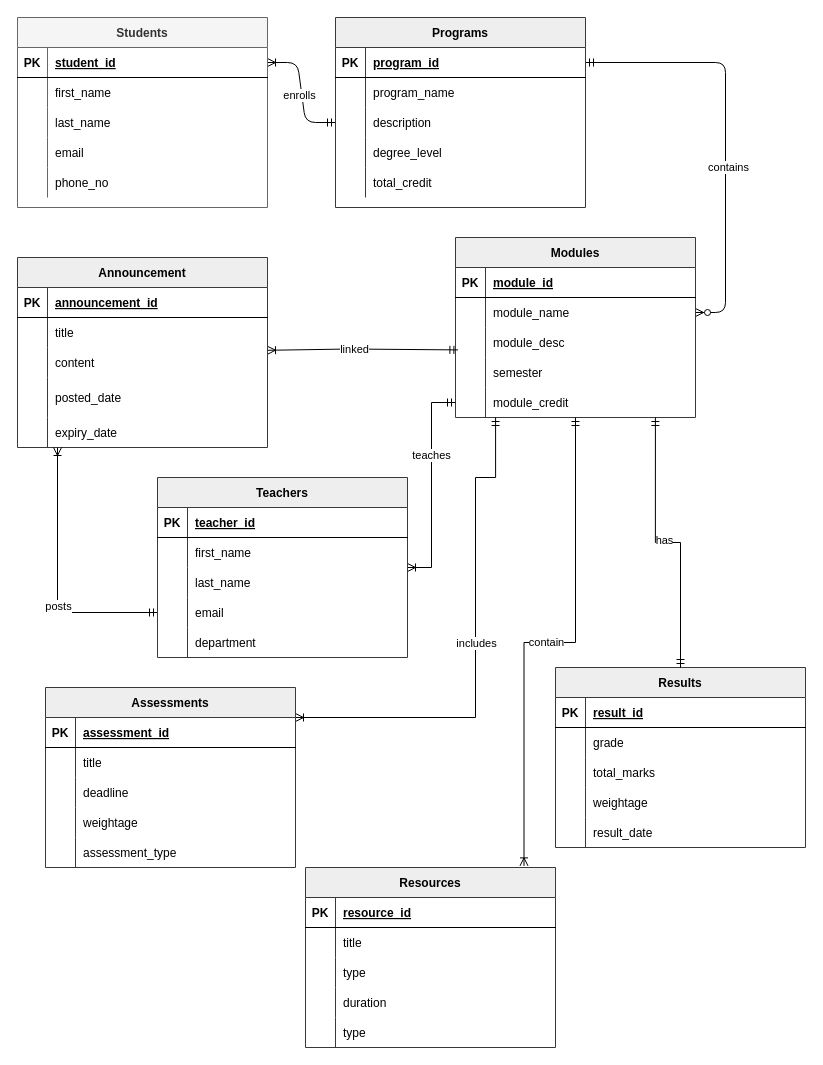
This is Database.drawio from pawal-karki/DRAW.IO, a draw.io file, before an edit. Source tidied: cells renumbered, new cells numbered last; positions are measured from the earlier drawing's top-left corner, leaving out a move shared by most shapes. Both pictures are drawn from the tidied source at 100%, with x=0, y=0 at pixel (17, 17).
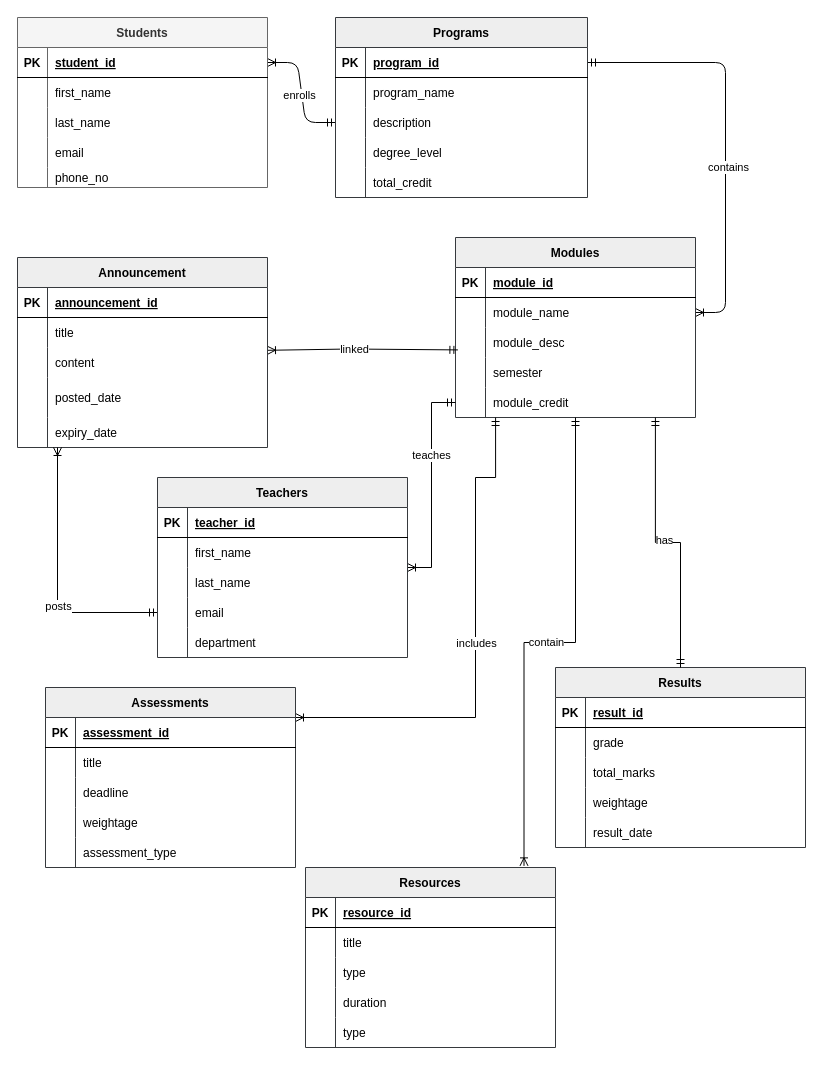
After the change.

The change refers to these unchanged cells:
```xml
<mxCell id="26" style="shape=partialRectangle;fillColor=none;points=[[0,0.5],[1,0.5]];portConstraint=eastwest;top=0;left=0;right=0;bottom=0;" parent="22" vertex="1">
  <mxGeometry y="60" width="240" height="30" as="geometry" />
</mxCell>
```

The edit, as a diff of the source:
```diff
@@
-    <mxCell id="4" style="edgeStyle=entityRelationEdgeStyle;endArrow=ERzeroToMany;startArrow=ERmandOne;endFill=1;startFill=0;" parent="1" edge="1" source="7" target="26">
+    <mxCell id="4" style="edgeStyle=entityRelationEdgeStyle;endArrow=ERoneToMany;startArrow=ERmandOne;endFill=0;startFill=0;" parent="1" edge="1" source="7" target="26">
       <mxGeometry relative="1" as="geometry" />
     </mxCell>
@@
     <mxCell id="6" value="Programs" style="shape=table;startSize=30;childLayout=tableLayout;rowLines=0;fontStyle=1;align=center;fillColor=#eeeeee;strokeColor=#36393d;" parent="1" vertex="1">
-      <mxGeometry x="318" width="250" height="190" as="geometry" />
+      <mxGeometry x="318" width="252" height="180" as="geometry" />
     </mxCell>
     <mxCell id="7" style="shape=partialRectangle;fillColor=none;points=[[0,0.5],[1,0.5]];portConstraint=eastwest;top=0;left=0;right=0;bottom=1;" parent="6" vertex="1">
-      <mxGeometry y="30" width="250" height="30" as="geometry" />
+      <mxGeometry y="30" width="252" height="30" as="geometry" />
     </mxCell>
@@
     <mxCell id="9" value="program_id" style="shape=partialRectangle;overflow=hidden;fillColor=none;top=0;left=0;bottom=0;right=0;align=left;spacingLeft=6;fontStyle=5;" parent="7" vertex="1">
-      <mxGeometry x="30" width="220" height="30" as="geometry" />
+      <mxGeometry x="30" width="222" height="30" as="geometry" />
     </mxCell>
     <mxCell id="10" style="shape=partialRectangle;fillColor=none;top=0;left=0;right=0;bottom=0;" parent="6" vertex="1">
-      <mxGeometry y="60" width="250" height="30" as="geometry" />
+      <mxGeometry y="60" width="252" height="30" as="geometry" />
     </mxCell>
@@
     <mxCell id="12" value="program_name" style="shape=partialRectangle;overflow=hidden;fillColor=none;top=0;left=0;bottom=0;right=0;align=left;spacingLeft=6;" parent="10" vertex="1">
-      <mxGeometry x="30" width="220" height="30" as="geometry" />
+      <mxGeometry x="30" width="222" height="30" as="geometry" />
     </mxCell>
     <mxCell id="13" style="shape=partialRectangle;fillColor=none;points=[[0,0.5],[1,0.5]];portConstraint=eastwest;top=0;left=0;right=0;bottom=0;" parent="6" vertex="1">
-      <mxGeometry y="90" width="250" height="30" as="geometry" />
+      <mxGeometry y="90" width="252" height="30" as="geometry" />
     </mxCell>
@@
     <mxCell id="15" value="description" style="shape=partialRectangle;overflow=hidden;fillColor=none;top=0;left=0;bottom=0;right=0;align=left;spacingLeft=6;" parent="13" vertex="1">
-      <mxGeometry x="30" width="220" height="30" as="geometry" />
+      <mxGeometry x="30" width="222" height="30" as="geometry" />
     </mxCell>
     <mxCell id="16" style="shape=partialRectangle;fillColor=none;top=0;left=0;right=0;bottom=0;" parent="6" vertex="1">
-      <mxGeometry y="120" width="250" height="30" as="geometry" />
+      <mxGeometry y="120" width="252" height="30" as="geometry" />
     </mxCell>
@@
     <mxCell id="18" value="degree_level" style="shape=partialRectangle;overflow=hidden;fillColor=none;top=0;left=0;bottom=0;right=0;align=left;spacingLeft=6;" parent="16" vertex="1">
-      <mxGeometry x="30" width="220" height="30" as="geometry" />
+      <mxGeometry x="30" width="222" height="30" as="geometry" />
     </mxCell>
     <mxCell id="19" style="shape=partialRectangle;fillColor=none;top=0;left=0;right=0;bottom=0;" parent="6" vertex="1">
-      <mxGeometry y="150" width="250" height="30" as="geometry" />
+      <mxGeometry y="150" width="252" height="30" as="geometry" />
     </mxCell>
@@
     <mxCell id="21" value="total_credit" style="shape=partialRectangle;overflow=hidden;fillColor=none;top=0;left=0;bottom=0;right=0;align=left;spacingLeft=6;" parent="19" vertex="1">
-      <mxGeometry x="30" width="220" height="30" as="geometry" />
+      <mxGeometry x="30" width="222" height="30" as="geometry" />
     </mxCell>
@@
     <mxCell id="38" value="Students" style="shape=table;startSize=30;childLayout=tableLayout;rowLines=0;fontStyle=1;align=center;fillColor=#f5f5f5;fontColor=#333333;strokeColor=#666666;" parent="1" vertex="1">
-      <mxGeometry width="250" height="190" as="geometry" />
+      <mxGeometry width="250" height="170" as="geometry" />
     </mxCell>
@@
     <mxCell id="51" style="shape=partialRectangle;fillColor=none;top=0;left=0;right=0;bottom=0;" parent="38" vertex="1">
-      <mxGeometry y="150" width="250" height="30" as="geometry" />
+      <mxGeometry y="150" width="250" height="20" as="geometry" />
     </mxCell>
     <mxCell id="52" style="shape=partialRectangle;overflow=hidden;fillColor=none;top=0;left=0;bottom=0;right=0;" parent="51" vertex="1">
-      <mxGeometry width="30" height="30" as="geometry" />
+      <mxGeometry width="30" height="20" as="geometry" />
     </mxCell>
     <mxCell id="53" value="phone_no" style="shape=partialRectangle;overflow=hidden;fillColor=none;top=0;left=0;bottom=0;right=0;align=left;spacingLeft=6;" parent="51" vertex="1">
-      <mxGeometry x="30" width="220" height="30" as="geometry" />
+      <mxGeometry x="30" width="220" height="20" as="geometry" />
     </mxCell>
```
